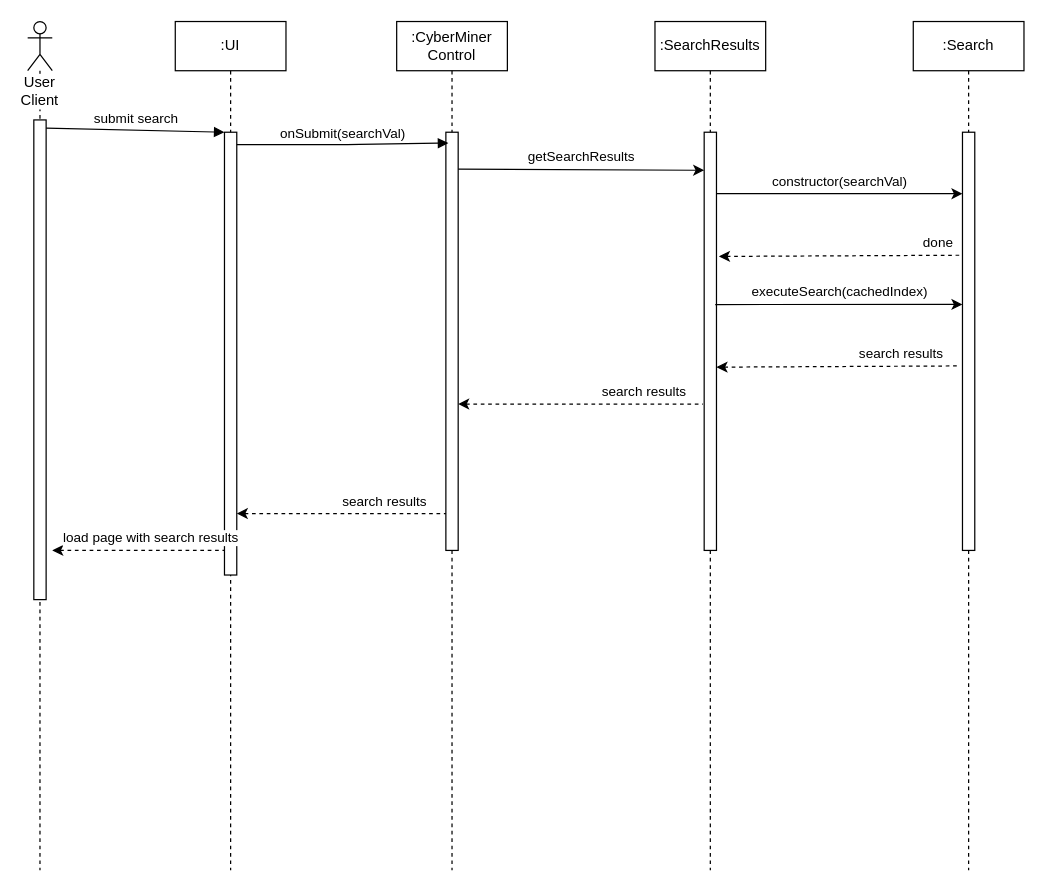
The draw.io diagram To-Do List Builder/cyberminer_sequence_search_results.drawio in kntnguyen94/To-Do-List-Builder, before the edit. Source tidied: cells renumbered, new cells numbered last; positions are measured from the earlier drawing's top-left corner, leaving out a move shared by most shapes. Both pictures are drawn from the tidied source at 123%, with x=0, y=0 at pixel (27, 21).
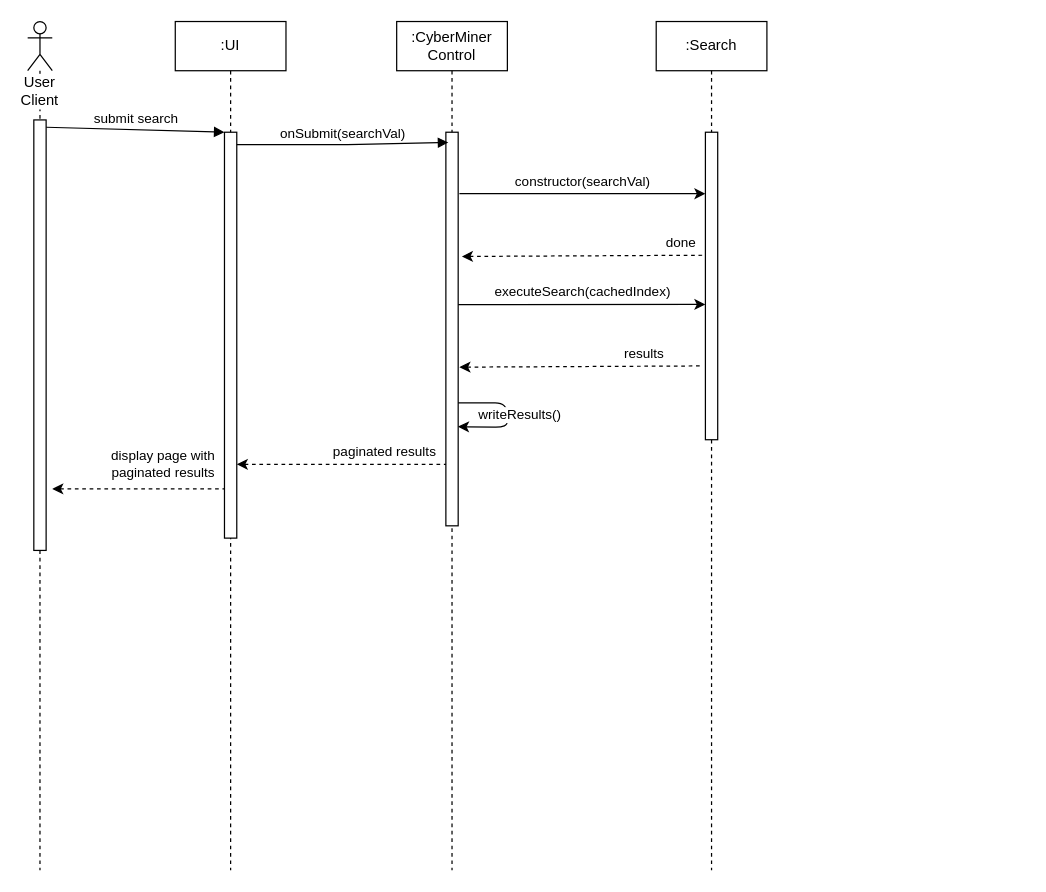
The same diagram, later.

The change refers to these unchanged cells:
```xml
<mxCell id="2" value=":UI" style="shape=umlLifeline;perimeter=lifelinePerimeter;whiteSpace=wrap;html=1;" parent="1" vertex="1">
  <mxGeometry x="120" width="90" height="690" as="geometry" />
</mxCell>
<mxCell id="4" value="User Client" style="shape=umlLifeline;participant=umlActor;perimeter=lifelinePerimeter;whiteSpace=wrap;html=1;verticalAlign=top;spacingTop=36;labelBackgroundColor=#ffffff;" parent="1" vertex="1">
  <mxGeometry width="20" height="690" as="geometry" />
</mxCell>
<mxCell id="7" value=":CyberMiner Control" style="shape=umlLifeline;perimeter=lifelinePerimeter;whiteSpace=wrap;html=1;" parent="1" vertex="1">
  <mxGeometry x="300" width="90" height="690" as="geometry" />
</mxCell>
```

Change to the diagram source:
```diff
@@
     <mxCell id="3" style="html=1;points=[];perimeter=orthogonalPerimeter;" parent="2" vertex="1">
-      <mxGeometry x="40" y="90" width="10" height="360" as="geometry" />
+      <mxGeometry x="40" y="90" width="10" height="330" as="geometry" />
     </mxCell>
@@
     <mxCell id="5" style="html=1;points=[];perimeter=orthogonalPerimeter;" parent="4" vertex="1">
-      <mxGeometry x="5" y="80" width="10" height="390" as="geometry" />
+      <mxGeometry x="5" y="80" width="10" height="350" as="geometry" />
     </mxCell>
@@
     <mxCell id="8" style="html=1;points=[];perimeter=orthogonalPerimeter;" parent="7" vertex="1">
-      <mxGeometry x="40" y="90" width="10" height="340" as="geometry" />
+      <mxGeometry x="40" y="90" width="10" height="320" as="geometry" />
     </mxCell>
@@
-    <mxCell id="10" value=":SearchResults" style="shape=umlLifeline;perimeter=lifelinePerimeter;whiteSpace=wrap;html=1;" parent="1" vertex="1">
-      <mxGeometry x="510" width="90" height="690" as="geometry" />
-    </mxCell>
-    <mxCell id="11" style="html=1;points=[];perimeter=orthogonalPerimeter;" parent="10" vertex="1">
-      <mxGeometry x="40" y="90" width="10" height="340" as="geometry" />
-    </mxCell>
-    <mxCell id="12" value="getSearchResults" style="endArrow=classic;html=1;entryX=0;entryY=0.091;entryDx=0;entryDy=0;entryPerimeter=0;" parent="1" edge="1" target="11">
-      <mxGeometry y="10" relative="1" as="geometry">
-        <mxPoint x="350" y="120" as="sourcePoint" />
-      </mxGeometry>
-    </mxCell>
     <mxCell id="13" value="constructor(searchVal)" style="endArrow=classic;html=1;" parent="1" edge="1">
       <mxGeometry y="10" relative="1" as="geometry">
-        <mxPoint x="560" y="140" as="sourcePoint" />
-        <mxPoint x="760" y="140" as="targetPoint" />
+        <mxPoint x="351" y="140" as="sourcePoint" />
+        <mxPoint x="551" y="140" as="targetPoint" />
       </mxGeometry>
     </mxCell>
     <mxCell id="14" value=":Search" style="shape=umlLifeline;perimeter=lifelinePerimeter;whiteSpace=wrap;html=1;" parent="1" vertex="1">
-      <mxGeometry x="720" width="90" height="690" as="geometry" />
+      <mxGeometry x="511" width="90" height="690" as="geometry" />
     </mxCell>
     <mxCell id="15" style="html=1;perimeter=orthogonalPerimeter;" parent="14" vertex="1">
-      <mxGeometry x="40" y="90" width="10" height="340" as="geometry" />
+      <mxGeometry x="40" y="90" width="10" height="250" as="geometry" />
     </mxCell>
-    <mxCell id="16" value="done" style="endArrow=none;dashed=1;html=1;exitX=1.2;exitY=0.297;exitDx=0;exitDy=0;exitPerimeter=0;startArrow=classic;startFill=1;" parent="1" edge="1" source="11">
+    <mxCell id="16" value="done" style="endArrow=none;dashed=1;html=1;exitX=1.2;exitY=0.297;exitDx=0;exitDy=0;exitPerimeter=0;startArrow=classic;startFill=1;" parent="1" edge="1">
       <mxGeometry x="0.8" y="10" relative="1" as="geometry">
-        <mxPoint x="760" y="190" as="targetPoint" />
+        <mxPoint x="353" y="191" as="sourcePoint" />
+        <mxPoint x="551" y="190" as="targetPoint" />
       </mxGeometry>
     </mxCell>
-    <mxCell id="17" value="executeSearch(cachedIndex)" style="endArrow=classic;html=1;exitX=0.9;exitY=0.412;exitDx=0;exitDy=0;exitPerimeter=0;" parent="1" edge="1" source="11">
+    <mxCell id="17" value="executeSearch(cachedIndex)" style="endArrow=classic;html=1;exitX=0.9;exitY=0.412;exitDx=0;exitDy=0;exitPerimeter=0;" parent="1" edge="1">
       <mxGeometry y="10" relative="1" as="geometry">
-        <mxPoint x="760" y="230" as="targetPoint" />
+        <mxPoint x="350" y="230.1" as="sourcePoint" />
+        <mxPoint x="551" y="230" as="targetPoint" />
       </mxGeometry>
     </mxCell>
-    <mxCell id="18" value="search results" style="endArrow=none;dashed=1;html=1;exitX=1.2;exitY=0.297;exitDx=0;exitDy=0;exitPerimeter=0;startArrow=classic;startFill=1;" parent="1" edge="1">
+    <mxCell id="18" value="results" style="endArrow=none;dashed=1;html=1;exitX=1.2;exitY=0.297;exitDx=0;exitDy=0;exitPerimeter=0;startArrow=classic;startFill=1;" parent="1" edge="1">
       <mxGeometry x="0.52" y="10" relative="1" as="geometry">
-        <mxPoint x="560" y="281" as="sourcePoint" />
-        <mxPoint x="758" y="280" as="targetPoint" />
+        <mxPoint x="351" y="281" as="sourcePoint" />
+        <mxPoint x="549" y="280" as="targetPoint" />
       </mxGeometry>
     </mxCell>
-    <mxCell id="19" value="search results" style="endArrow=none;dashed=1;html=1;exitX=1.2;exitY=0.297;exitDx=0;exitDy=0;exitPerimeter=0;startArrow=classic;startFill=1;entryX=-0.1;entryY=0.65;entryDx=0;entryDy=0;entryPerimeter=0;" parent="1" edge="1" target="11">
-      <mxGeometry x="0.52" y="10" relative="1" as="geometry">
-        <mxPoint x="350" y="311" as="sourcePoint" />
-      </mxGeometry>
-    </mxCell>
-    <mxCell id="20" value="search results" style="endArrow=none;dashed=1;html=1;exitX=1.2;exitY=0.297;exitDx=0;exitDy=0;exitPerimeter=0;startArrow=classic;startFill=1;" parent="1" edge="1">
+    <mxCell id="20" value="paginated results" style="endArrow=none;dashed=1;html=1;exitX=1.2;exitY=0.297;exitDx=0;exitDy=0;exitPerimeter=0;startArrow=classic;startFill=1;" parent="1" edge="1">
       <mxGeometry x="0.41" y="10" relative="1" as="geometry">
-        <mxPoint x="170" y="400" as="sourcePoint" />
-        <mxPoint x="340" y="400" as="targetPoint" />
+        <mxPoint x="170" y="360" as="sourcePoint" />
+        <mxPoint x="340" y="360" as="targetPoint" />
       </mxGeometry>
     </mxCell>
-    <mxCell id="21" value="load page with search results" style="endArrow=none;dashed=1;html=1;startArrow=classic;startFill=1;" parent="1" edge="1">
-      <mxGeometry x="0.14" y="10" relative="1" as="geometry">
-        <mxPoint x="20" y="430" as="sourcePoint" />
-        <mxPoint x="160" y="430" as="targetPoint" />
+    <mxCell id="21" value="display page with&lt;br&gt;paginated results" style="endArrow=none;dashed=1;html=1;startArrow=classic;startFill=1;" parent="1" edge="1">
+      <mxGeometry x="0.29" y="20" relative="1" as="geometry">
+        <mxPoint x="20" y="380" as="sourcePoint" />
+        <mxPoint x="160" y="380" as="targetPoint" />
       </mxGeometry>
     </mxCell>
+    <mxCell id="22" value="writeResults()" style="endArrow=classic;html=1;exitX=0.9;exitY=0.412;exitDx=0;exitDy=0;exitPerimeter=0;entryX=0.986;entryY=0.748;entryDx=0;entryDy=0;entryPerimeter=0;" parent="1" edge="1" target="8">
+      <mxGeometry y="10" relative="1" as="geometry">
+        <mxPoint x="350" y="310.1" as="sourcePoint" />
+        <Array as="points">
+          <mxPoint x="390" y="310" />
+          <mxPoint x="390" y="330" />
+        </Array>
+      </mxGeometry>
+    </mxCell>
```
